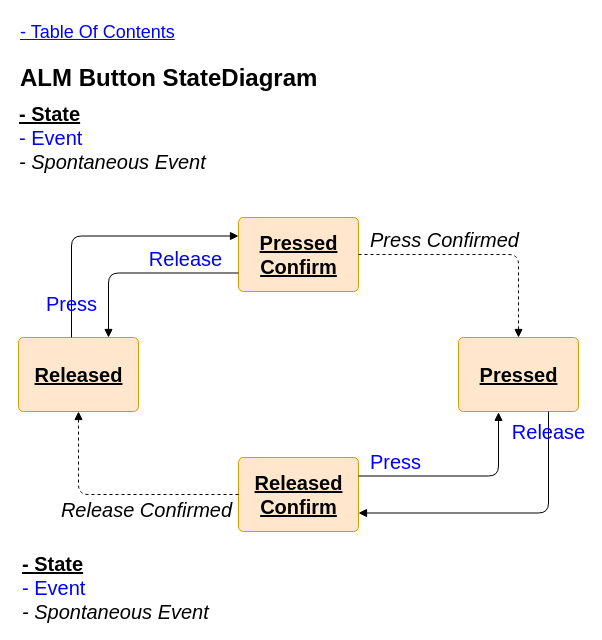
The draw.io diagram page "StateDiagram_Button" (6 of 16) of Document/GSL_Diagram.drawio in gtuja/GSL, before the edit. Source tidied: cells renumbered, new cells numbered last; positions are measured from the earlier drawing's top-left corner, leaving out a move shared by most shapes. Both pictures are drawn from the tidied source at 100%, with x=0, y=0 at pixel (17, 17).
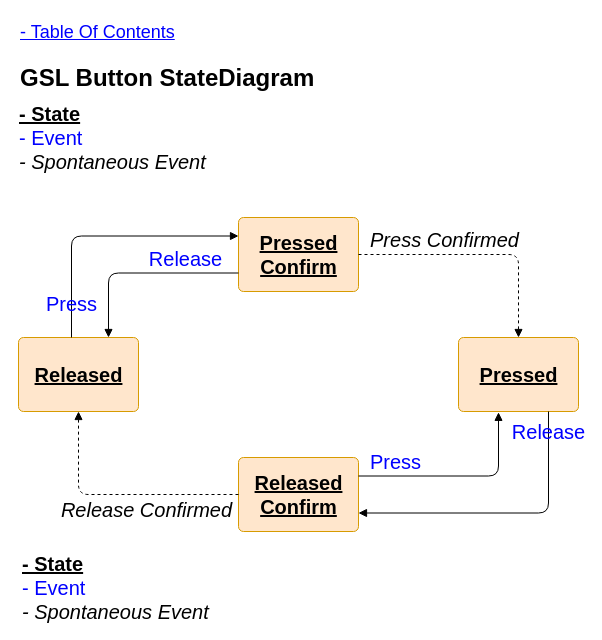
After the change.

The edit, as a diff of the source:
```diff
@@
-    <mxCell id="14" value="&lt;h1 style=&quot;margin-top: 0px;&quot;&gt;ALM Button StateDiagram&lt;/h1&gt;" style="text;html=1;whiteSpace=wrap;overflow=hidden;rounded=0;fontFamily=Calibri;" parent="1" vertex="1">
+    <mxCell id="14" value="&lt;h1 style=&quot;margin-top: 0px;&quot;&gt;GSL Button StateDiagram&lt;/h1&gt;" style="text;html=1;whiteSpace=wrap;overflow=hidden;rounded=0;fontFamily=Calibri;" parent="1" vertex="1">
       <mxGeometry x="1" y="40" width="420" height="50" as="geometry" />
     </mxCell>
```
